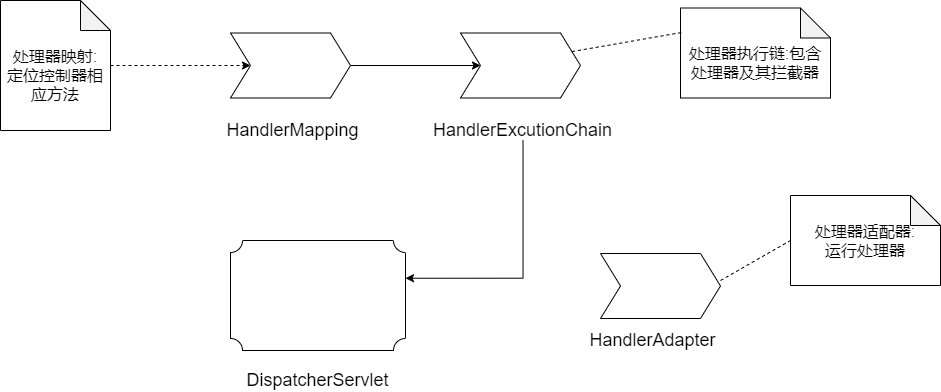
Before: Spring MVC执行流程图.png, a diagram exported from draw.io (wjq1018/20200720DataStructureAndAlgorithms). Source tidied: cells renumbered, new cells last; positions are measured from the earlier drawing's top-left corner, leaving out a move shared by most shapes.
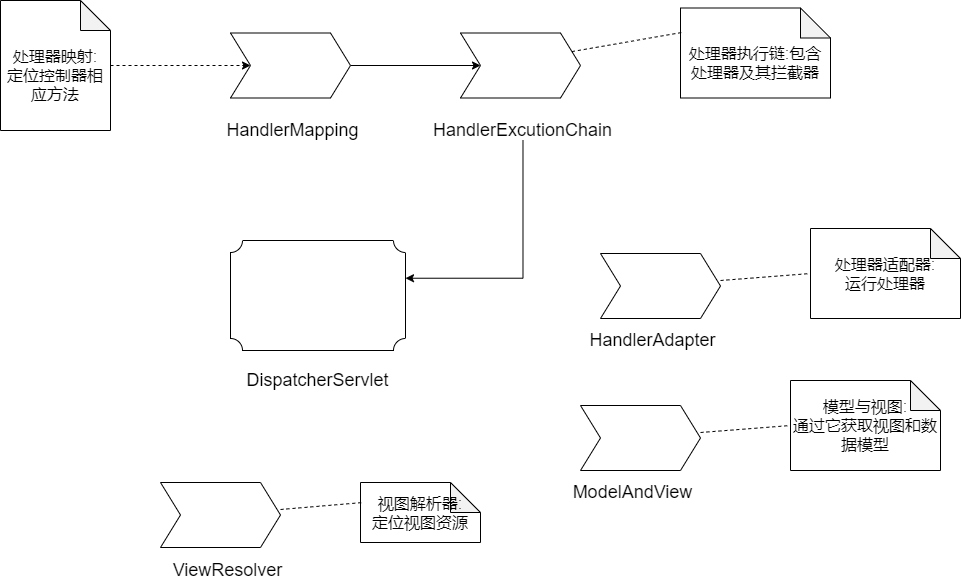
Later version of the same file.

Commit message:
更新Spring MVC执行流程图.png

The edit, as a diff of the source:
```diff
@@ -49,12 +49,41 @@
       <mxGeometry x="620" y="330" width="65" height="20" as="geometry" />
     </mxCell>
     <mxCell id="16" value="&lt;font style=&quot;font-size: 16px&quot;&gt;处理器适配器:&lt;br&gt;运行处理器&lt;/font&gt;" style="shape=note;whiteSpace=wrap;html=1;backgroundOutline=1;darkOpacity=0.05;" parent="1" vertex="1">
-      <mxGeometry x="790" y="195" width="150" height="90" as="geometry" />
+      <mxGeometry x="810" y="228" width="150" height="90" as="geometry" />
     </mxCell>
     <mxCell id="17" style="endArrow=none;dashed=1;html=1;entryX=0;entryY=0.5;entryDx=0;entryDy=0;entryPerimeter=0;" parent="1" edge="1" target="16">
       <mxGeometry relative="1" as="geometry">
         <mxPoint x="720" y="280" as="sourcePoint" />
       </mxGeometry>
     </mxCell>
+    <mxCell id="18" style="shape=step;perimeter=stepPerimeter;whiteSpace=wrap;html=1;fixedSize=1;" parent="1" vertex="1">
+      <mxGeometry x="580" y="405" width="120" height="65" as="geometry" />
+    </mxCell>
+    <mxCell id="19" value="&lt;span style=&quot;font-size: 18px&quot;&gt;ModelAndView&lt;/span&gt;" style="text;html=1;strokeColor=none;fillColor=none;align=center;verticalAlign=middle;whiteSpace=wrap;rounded=0;" parent="1" vertex="1">
+      <mxGeometry x="600" y="482" width="65" height="20" as="geometry" />
+    </mxCell>
+    <mxCell id="20" value="&lt;font style=&quot;font-size: 16px&quot;&gt;模型与视图:&lt;br&gt;通过它获取视图和数据模型&lt;/font&gt;" style="shape=note;whiteSpace=wrap;html=1;backgroundOutline=1;darkOpacity=0.05;" parent="1" vertex="1">
+      <mxGeometry x="790" y="380" width="150" height="90" as="geometry" />
+    </mxCell>
+    <mxCell id="21" style="endArrow=none;dashed=1;html=1;entryX=0;entryY=0.5;entryDx=0;entryDy=0;entryPerimeter=0;" parent="1" edge="1" target="20">
+      <mxGeometry relative="1" as="geometry">
+        <mxPoint x="700" y="432" as="sourcePoint" />
+      </mxGeometry>
+    </mxCell>
+    <mxCell id="22" style="shape=step;perimeter=stepPerimeter;whiteSpace=wrap;html=1;fixedSize=1;" parent="1" vertex="1">
+      <mxGeometry x="160" y="482" width="120" height="65" as="geometry" />
+    </mxCell>
+    <mxCell id="23" value="&lt;span style=&quot;font-size: 18px&quot;&gt;ViewResolver&lt;/span&gt;" style="text;html=1;strokeColor=none;fillColor=none;align=center;verticalAlign=middle;whiteSpace=wrap;rounded=0;" parent="1" vertex="1">
+      <mxGeometry x="195" y="560" width="65" height="20" as="geometry" />
+    </mxCell>
+    <mxCell id="24" value="&lt;span style=&quot;font-size: 16px&quot;&gt;视图解析器:&lt;br&gt;定位视图资源&lt;br&gt;&lt;/span&gt;" style="shape=note;whiteSpace=wrap;html=1;backgroundOutline=1;darkOpacity=0.05;" parent="1" vertex="1">
+      <mxGeometry x="360" y="482" width="120" height="60" as="geometry" />
+    </mxCell>
+    <mxCell id="25" style="endArrow=none;dashed=1;html=1;entryX=0;entryY=0.5;entryDx=0;entryDy=0;entryPerimeter=0;" parent="1" edge="1">
+      <mxGeometry relative="1" as="geometry">
+        <mxPoint x="280" y="509" as="sourcePoint" />
+        <mxPoint x="362.5" y="502" as="targetPoint" />
+      </mxGeometry>
+    </mxCell>
   </root>
 </mxGraphModel>
```
